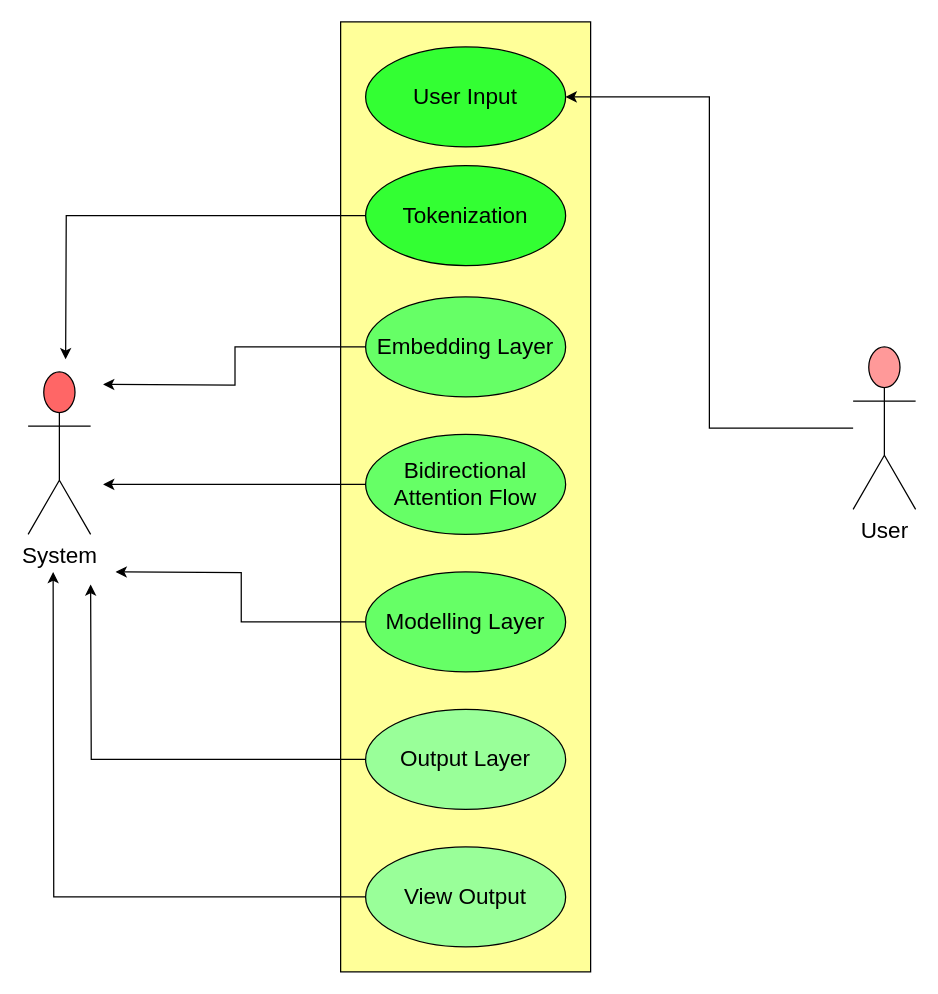
Earlier version of the draw.io diagram SRS Drafts/Use case1.drawio (m-ibrahim-khalil/SPL2-nlp). Source tidied: cells renumbered, new cells numbered last; positions are measured from the earlier drawing's top-left corner, leaving out a move shared by most shapes. Both pictures are drawn from the tidied source at 125%, with x=0, y=0 at pixel (28, 21).
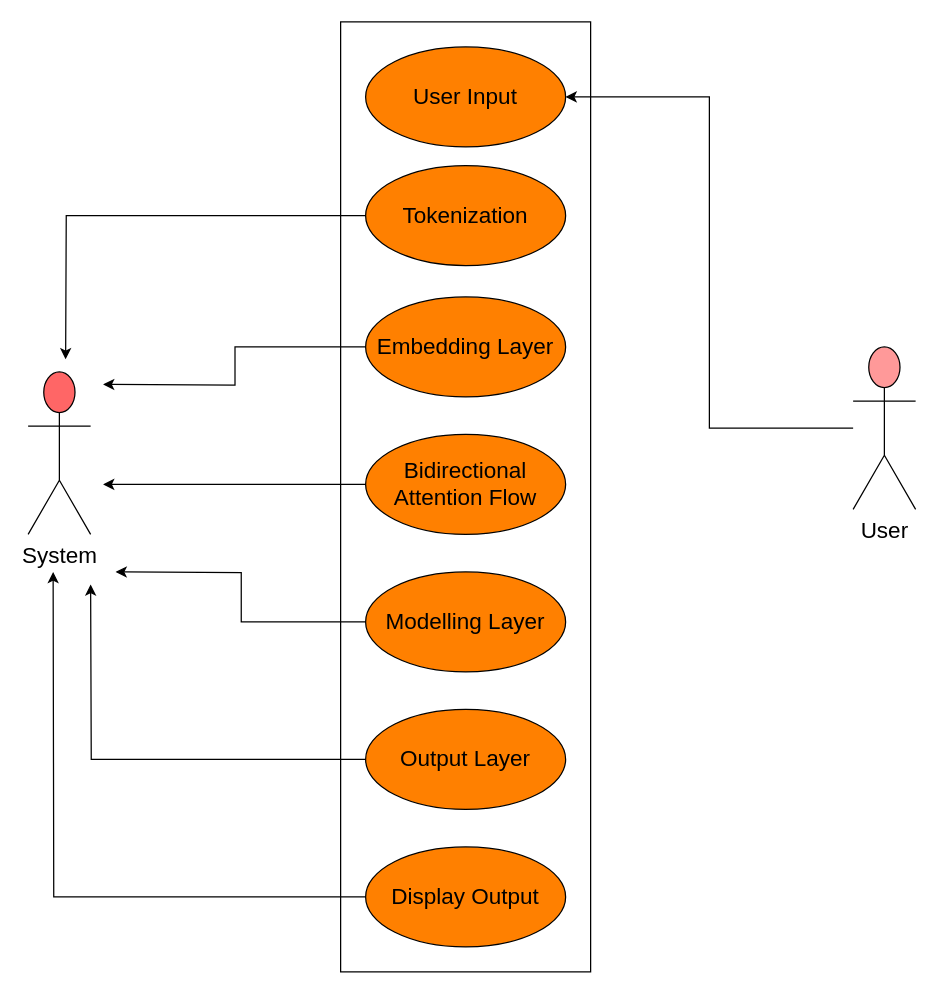
The same diagram, later.

Diff of the diagram source:
```diff
@@
-    <mxCell id="2" style="rounded=0;whiteSpace=wrap;html=1;fillColor=#FFFF99;" parent="1" vertex="1">
+    <mxCell id="2" style="rounded=0;whiteSpace=wrap;html=1;fillColor=#FFFFFF;" parent="1" vertex="1">
       <mxGeometry x="250" width="200" height="760" as="geometry" />
     </mxCell>
-    <mxCell id="3" value="&lt;font style=&quot;font-size: 18px&quot;&gt;User Input&lt;/font&gt;" style="ellipse;whiteSpace=wrap;html=1;fillColor=#33FF33;" parent="1" vertex="1">
+    <mxCell id="3" value="&lt;font style=&quot;font-size: 18px&quot;&gt;User Input&lt;/font&gt;" style="ellipse;whiteSpace=wrap;html=1;fillColor=#FF8000;" parent="1" vertex="1">
       <mxGeometry x="270" y="20" width="160" height="80" as="geometry" />
     </mxCell>
@@
-    <mxCell id="5" value="&lt;font style=&quot;font-size: 18px&quot;&gt;Tokenization&lt;/font&gt;" style="ellipse;whiteSpace=wrap;html=1;fillColor=#33FF33;" parent="1" vertex="1">
+    <mxCell id="5" value="&lt;font style=&quot;font-size: 18px&quot;&gt;Tokenization&lt;/font&gt;" style="ellipse;whiteSpace=wrap;html=1;fillColor=#FF8000;" parent="1" vertex="1">
       <mxGeometry x="270" y="115" width="160" height="80" as="geometry" />
     </mxCell>
@@
-    <mxCell id="7" value="&lt;font style=&quot;font-size: 18px&quot;&gt;Embedding Layer&lt;/font&gt;" style="ellipse;whiteSpace=wrap;html=1;fillColor=#66FF66;" parent="1" vertex="1">
+    <mxCell id="7" value="&lt;font style=&quot;font-size: 18px&quot;&gt;Embedding Layer&lt;/font&gt;" style="ellipse;whiteSpace=wrap;html=1;fillColor=#FF8000;" parent="1" vertex="1">
       <mxGeometry x="270" y="220" width="160" height="80" as="geometry" />
     </mxCell>
@@
-    <mxCell id="9" value="&lt;font style=&quot;font-size: 18px&quot;&gt;Bidirectional Attention Flow&lt;/font&gt; " style="ellipse;whiteSpace=wrap;html=1;fontSize=17;fillColor=#66FF66;" parent="1" vertex="1">
+    <mxCell id="9" value="&lt;font style=&quot;font-size: 18px&quot;&gt;Bidirectional Attention Flow&lt;/font&gt; " style="ellipse;whiteSpace=wrap;html=1;fontSize=17;fillColor=#FF8000;" parent="1" vertex="1">
       <mxGeometry x="270" y="330" width="160" height="80" as="geometry" />
     </mxCell>
@@
-    <mxCell id="11" value="&lt;font style=&quot;font-size: 18px&quot;&gt;Modelling Layer&lt;/font&gt;" style="ellipse;whiteSpace=wrap;html=1;fontSize=17;fillColor=#66FF66;" parent="1" vertex="1">
+    <mxCell id="11" value="&lt;font style=&quot;font-size: 18px&quot;&gt;Modelling Layer&lt;/font&gt;" style="ellipse;whiteSpace=wrap;html=1;fontSize=17;fillColor=#FF8000;" parent="1" vertex="1">
       <mxGeometry x="270" y="440" width="160" height="80" as="geometry" />
     </mxCell>
@@
-    <mxCell id="13" value="&lt;font style=&quot;font-size: 18px&quot;&gt;Output Layer&lt;/font&gt;" style="ellipse;whiteSpace=wrap;html=1;fontSize=17;fillColor=#99FF99;" parent="1" vertex="1">
+    <mxCell id="13" value="&lt;font style=&quot;font-size: 18px&quot;&gt;Output Layer&lt;/font&gt;" style="ellipse;whiteSpace=wrap;html=1;fontSize=17;fillColor=#FF8000;" parent="1" vertex="1">
       <mxGeometry x="270" y="550" width="160" height="80" as="geometry" />
     </mxCell>
@@
-    <mxCell id="15" value="&lt;font style=&quot;font-size: 18px&quot;&gt;View Output &lt;br&gt;&lt;/font&gt;" style="ellipse;whiteSpace=wrap;html=1;fontSize=17;fillColor=#99FF99;" parent="1" vertex="1">
+    <mxCell id="15" value="&lt;font style=&quot;font-size: 18px&quot;&gt;Display Output &lt;br&gt;&lt;/font&gt;" style="ellipse;whiteSpace=wrap;html=1;fontSize=17;fillColor=#FF8000;" parent="1" vertex="1">
       <mxGeometry x="270" y="660" width="160" height="80" as="geometry" />
     </mxCell>
```
